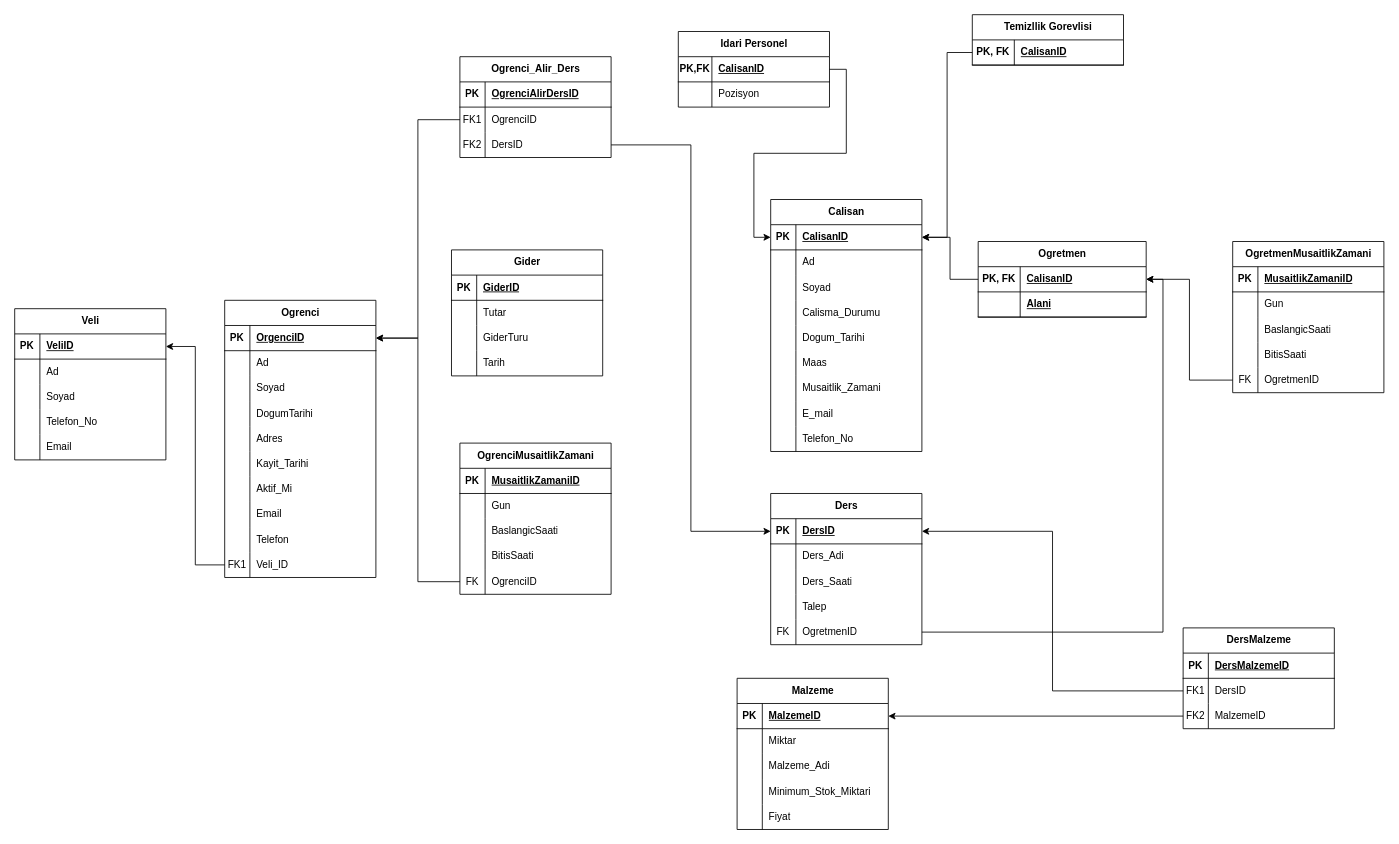
Before: bil372-frontend/RelationalDiagram.drawio in onurozcan361/bil372-project, a draw.io diagram. Source tidied: cells renumbered, new cells numbered last; positions are measured from the earlier drawing's top-left corner, leaving out a move shared by most shapes. Both pictures are drawn from the tidied source at 84%, with x=0, y=0 at pixel (14, 14).
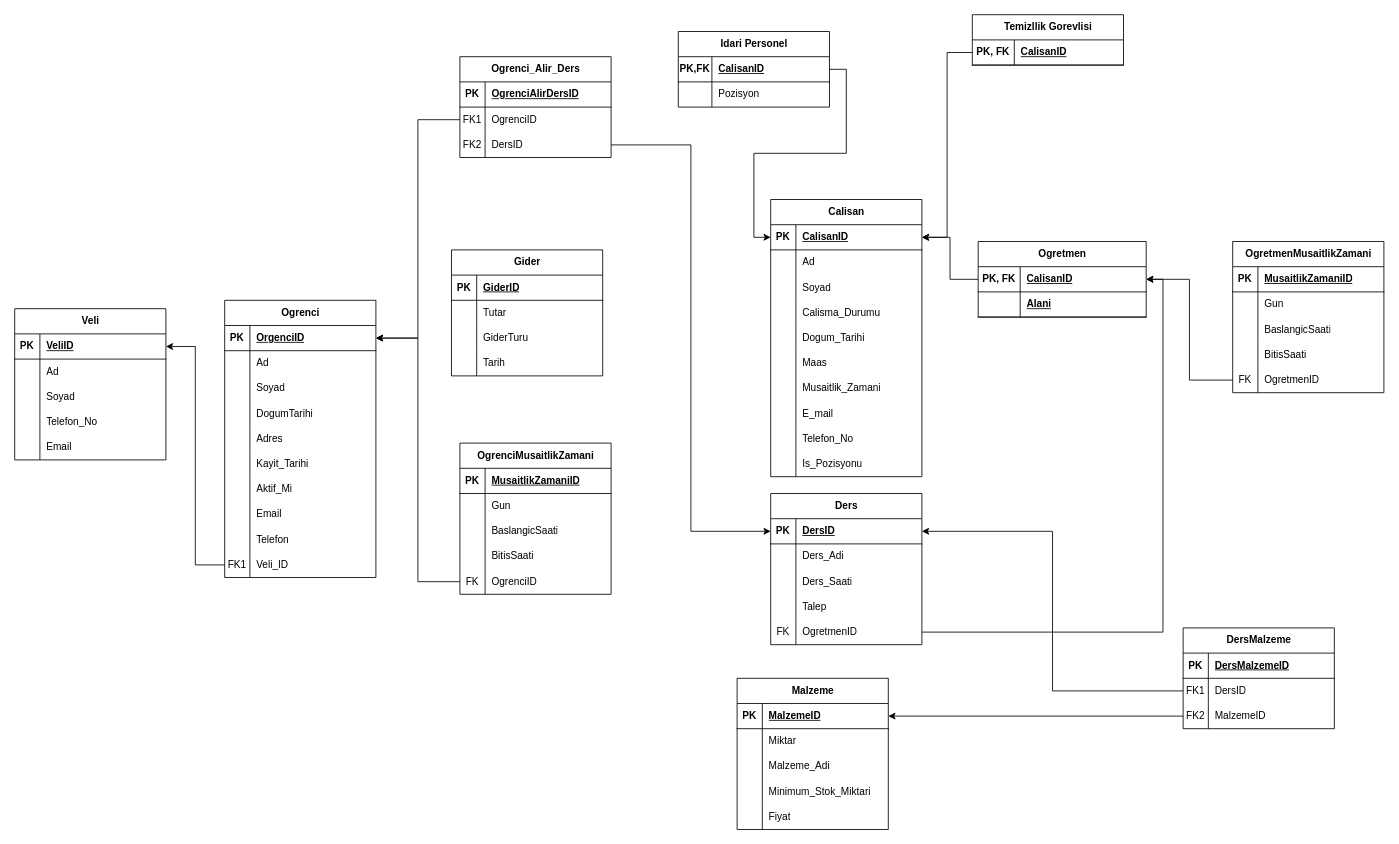
The same page after the edit.

Diff of the diagram source:
```diff
@@
     <mxCell id="41" value="Calisan" style="shape=table;startSize=30;childLayout=tableLayout;rowLines=0;fontStyle=1;align=center;html=1;" parent="1" vertex="1">
-      <mxGeometry x="900" y="220" width="180" height="300" as="geometry" />
+      <mxGeometry x="900" y="220" width="180" height="330" as="geometry" />
     </mxCell>
@@
+    <mxCell id="205" style="shape=tableRow;horizontal=0;startSize=0;swimlaneHead=0;swimlaneBody=0;fillColor=none;top=0;left=0;right=0;bottom=0;" parent="41" vertex="1">
+      <mxGeometry y="300" width="180" height="30" as="geometry" />
+    </mxCell>
+    <mxCell id="206" style="shape=partialRectangle;fillColor=none;top=0;left=0;bottom=0;right=0;overflow=hidden;whiteSpace=wrap;html=1;" parent="205" vertex="1">
+      <mxGeometry width="30" height="30" as="geometry" />
+    </mxCell>
+    <mxCell id="207" value="Is_Pozisyonu" style="shape=partialRectangle;fillColor=none;top=0;left=0;bottom=0;right=0;align=left;spacingLeft=6;overflow=hidden;whiteSpace=wrap;html=1;" parent="205" vertex="1">
+      <mxGeometry x="30" width="150" height="30" as="geometry" />
+    </mxCell>
```
